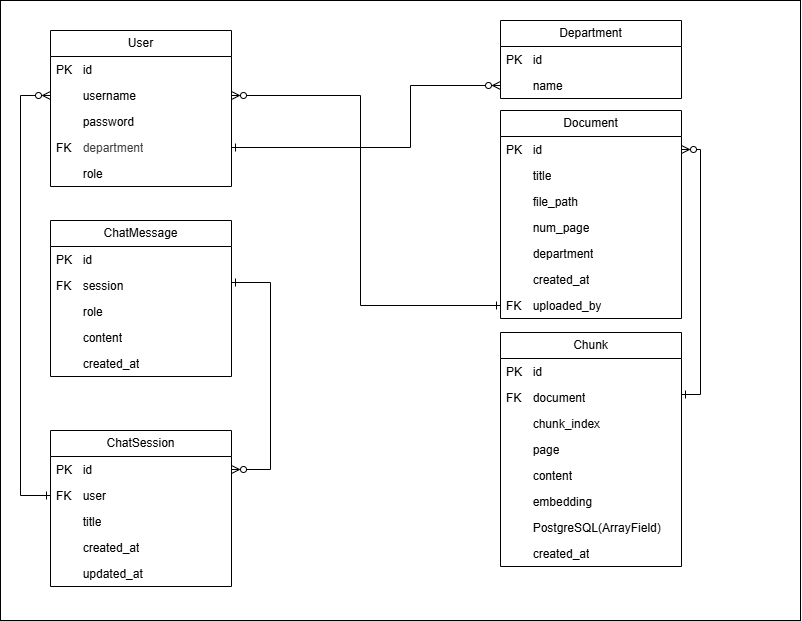
Earlier version of the draw.io export docs/img/DB概念モデル設計.png (kishika1sei/djangoapp-ragsample). Source tidied: cells renumbered, new cells last; positions are measured from the earlier drawing's top-left corner, leaving out a move shared by most shapes.
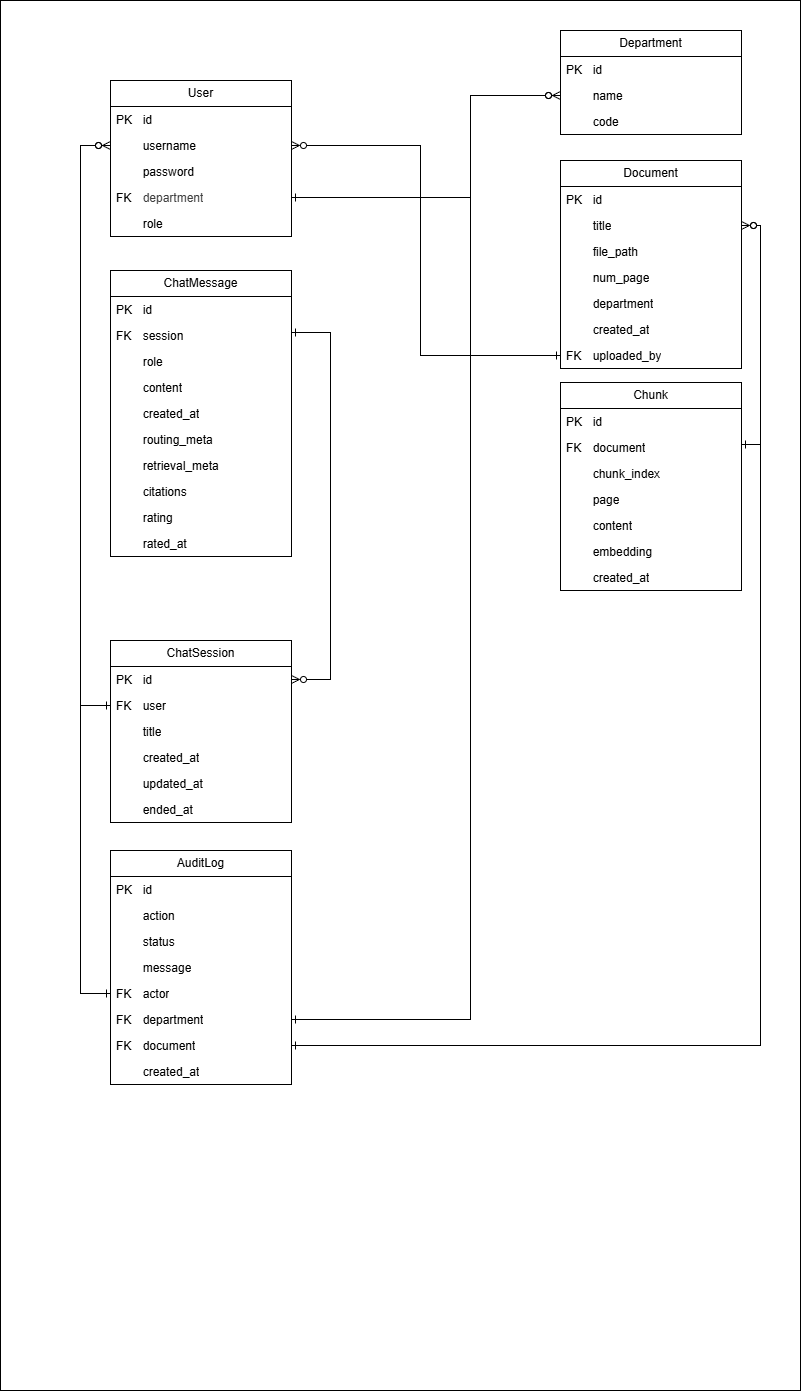
The same diagram one commit later.

What changed in the source:
```diff
@@ -3,7 +3,7 @@
     <mxCell id="0" />
     <mxCell id="1" parent="0" />
     <mxCell id="2" style="whiteSpace=wrap;html=1;" parent="1" vertex="1">
-      <mxGeometry width="800" height="620" as="geometry" />
+      <mxGeometry x="-60" y="-50" width="800" height="1390" as="geometry" />
     </mxCell>
     <mxCell id="3" value="User" style="swimlane;fontStyle=0;horizontal=1;startSize=26;fillColor=none;whiteSpace=wrap;html=1;" parent="1" vertex="1">
       <mxGeometry x="50" y="30" width="181" height="156" as="geometry" />
@@ -48,7 +48,7 @@
       <mxGeometry y="182" width="181" height="26" as="geometry" />
     </mxCell>
     <mxCell id="17" value="Chunk" style="swimlane;fontStyle=0;horizontal=1;startSize=26;fillColor=none;whiteSpace=wrap;html=1;" parent="1" vertex="1">
-      <mxGeometry x="500" y="332" width="181" height="234" as="geometry" />
+      <mxGeometry x="500" y="332" width="181" height="208" as="geometry" />
     </mxCell>
     <mxCell id="18" value="PK&lt;span style=&quot;white-space: pre;&quot;&gt;&#9;&lt;/span&gt;id" style="text;strokeColor=none;fillColor=none;align=left;verticalAlign=top;spacingLeft=4;spacingRight=4;overflow=hidden;whiteSpace=wrap;html=1;" parent="17" vertex="1">
       <mxGeometry y="26" width="181" height="26" as="geometry" />
@@ -68,14 +68,11 @@
     <mxCell id="23" value="&lt;span style=&quot;white-space: pre;&quot;&gt;&#9;&lt;/span&gt;embedding" style="text;strokeColor=none;fillColor=none;align=left;verticalAlign=top;spacingLeft=4;spacingRight=4;overflow=hidden;whiteSpace=wrap;html=1;" parent="17" vertex="1">
       <mxGeometry y="156" width="181" height="26" as="geometry" />
     </mxCell>
-    <mxCell id="24" value="&lt;span style=&quot;white-space: pre;&quot;&gt;&#9;&lt;/span&gt;PostgreSQL(ArrayField)" style="text;strokeColor=none;fillColor=none;align=left;verticalAlign=top;spacingLeft=4;spacingRight=4;overflow=hidden;whiteSpace=wrap;html=1;" parent="17" vertex="1">
-      <mxGeometry y="182" width="181" height="26" as="geometry" />
-    </mxCell>
     <mxCell id="25" value="&lt;span style=&quot;white-space: pre;&quot;&gt;&#9;&lt;/span&gt;created_at" style="text;strokeColor=none;fillColor=none;align=left;verticalAlign=top;spacingLeft=4;spacingRight=4;overflow=hidden;whiteSpace=wrap;html=1;" parent="17" vertex="1">
-      <mxGeometry y="208" width="181" height="26" as="geometry" />
+      <mxGeometry y="182" width="181" height="26" as="geometry" />
     </mxCell>
     <mxCell id="26" value="ChatSession" style="swimlane;fontStyle=0;horizontal=1;startSize=26;fillColor=none;whiteSpace=wrap;html=1;" parent="1" vertex="1">
-      <mxGeometry x="50" y="430" width="181" height="156" as="geometry" />
+      <mxGeometry x="50" y="590" width="181" height="182" as="geometry" />
     </mxCell>
     <mxCell id="27" value="PK&lt;span style=&quot;white-space: pre;&quot;&gt;&#9;&lt;/span&gt;id" style="text;strokeColor=none;fillColor=none;align=left;verticalAlign=top;spacingLeft=4;spacingRight=4;overflow=hidden;points=[[0,0.5],[1,0.5]];portConstraint=eastwest;whiteSpace=wrap;html=1;" parent="26" vertex="1">
       <mxGeometry y="26" width="181" height="26" as="geometry" />
@@ -92,8 +89,11 @@
     <mxCell id="31" value="&lt;span style=&quot;white-space: pre;&quot;&gt;&#9;&lt;/span&gt;updated_at" style="text;strokeColor=none;fillColor=none;align=left;verticalAlign=top;spacingLeft=4;spacingRight=4;overflow=hidden;whiteSpace=wrap;html=1;" parent="26" vertex="1">
       <mxGeometry y="130" width="181" height="26" as="geometry" />
     </mxCell>
+    <mxCell id="46" value="&lt;span style=&quot;white-space: pre;&quot;&gt;&#9;&lt;/span&gt;ended_at" style="text;strokeColor=none;fillColor=none;align=left;verticalAlign=top;spacingLeft=4;spacingRight=4;overflow=hidden;whiteSpace=wrap;html=1;" parent="26" vertex="1">
+      <mxGeometry y="156" width="181" height="26" as="geometry" />
+    </mxCell>
     <mxCell id="32" value="ChatMessage" style="swimlane;fontStyle=0;horizontal=1;startSize=26;fillColor=none;whiteSpace=wrap;html=1;" parent="1" vertex="1">
-      <mxGeometry x="50" y="220" width="181" height="156" as="geometry" />
+      <mxGeometry x="50" y="220" width="181" height="286" as="geometry" />
     </mxCell>
     <mxCell id="33" value="PK&lt;span style=&quot;white-space: pre;&quot;&gt;&#9;&lt;/span&gt;id" style="text;strokeColor=none;fillColor=none;align=left;verticalAlign=top;spacingLeft=4;spacingRight=4;overflow=hidden;whiteSpace=wrap;html=1;" parent="32" vertex="1">
       <mxGeometry y="26" width="181" height="26" as="geometry" />
@@ -110,8 +110,23 @@
     <mxCell id="37" value="&lt;span style=&quot;white-space: pre;&quot;&gt;&#9;&lt;/span&gt;created_at" style="text;strokeColor=none;fillColor=none;align=left;verticalAlign=top;spacingLeft=4;spacingRight=4;overflow=hidden;whiteSpace=wrap;html=1;" parent="32" vertex="1">
       <mxGeometry y="130" width="181" height="26" as="geometry" />
     </mxCell>
+    <mxCell id="47" value="&lt;span style=&quot;white-space: pre;&quot;&gt;&#9;&lt;/span&gt;routing_meta" style="text;strokeColor=none;fillColor=none;align=left;verticalAlign=top;spacingLeft=4;spacingRight=4;overflow=hidden;whiteSpace=wrap;html=1;" parent="32" vertex="1">
+      <mxGeometry y="156" width="181" height="26" as="geometry" />
+    </mxCell>
+    <mxCell id="48" value="&lt;span style=&quot;white-space: pre;&quot;&gt;&#9;&lt;/span&gt;retrieval_meta" style="text;strokeColor=none;fillColor=none;align=left;verticalAlign=top;spacingLeft=4;spacingRight=4;overflow=hidden;whiteSpace=wrap;html=1;" parent="32" vertex="1">
+      <mxGeometry y="182" width="181" height="26" as="geometry" />
+    </mxCell>
+    <mxCell id="49" value="&lt;span style=&quot;white-space: pre;&quot;&gt;&#9;&lt;/span&gt;citations&lt;div&gt;&lt;br&gt;&lt;/div&gt;" style="text;strokeColor=none;fillColor=none;align=left;verticalAlign=top;spacingLeft=4;spacingRight=4;overflow=hidden;whiteSpace=wrap;html=1;" parent="32" vertex="1">
+      <mxGeometry y="208" width="181" height="26" as="geometry" />
+    </mxCell>
+    <mxCell id="50" value="&lt;span style=&quot;white-space: pre;&quot;&gt;&#9;&lt;/span&gt;rating" style="text;strokeColor=none;fillColor=none;align=left;verticalAlign=top;spacingLeft=4;spacingRight=4;overflow=hidden;whiteSpace=wrap;html=1;" parent="32" vertex="1">
+      <mxGeometry y="234" width="181" height="26" as="geometry" />
+    </mxCell>
+    <mxCell id="51" value="&lt;span style=&quot;white-space: pre;&quot;&gt;&#9;&lt;/span&gt;rated_at" style="text;strokeColor=none;fillColor=none;align=left;verticalAlign=top;spacingLeft=4;spacingRight=4;overflow=hidden;whiteSpace=wrap;html=1;" parent="32" vertex="1">
+      <mxGeometry y="260" width="181" height="26" as="geometry" />
+    </mxCell>
     <mxCell id="38" value="Department" style="swimlane;fontStyle=0;horizontal=1;startSize=26;fillColor=none;whiteSpace=wrap;html=1;" parent="1" vertex="1">
-      <mxGeometry x="500" y="20" width="181" height="78" as="geometry" />
+      <mxGeometry x="500" y="-20" width="181" height="104" as="geometry" />
     </mxCell>
     <mxCell id="39" value="PK&lt;span style=&quot;white-space: pre;&quot;&gt;&#9;&lt;/span&gt;id" style="text;strokeColor=none;fillColor=none;align=left;verticalAlign=top;spacingLeft=4;spacingRight=4;overflow=hidden;whiteSpace=wrap;html=1;" parent="38" vertex="1">
       <mxGeometry y="26" width="181" height="26" as="geometry" />
@@ -119,6 +134,9 @@
     <mxCell id="40" value="&lt;span style=&quot;white-space: pre;&quot;&gt;&#9;&lt;/span&gt;name" style="text;strokeColor=none;fillColor=none;align=left;verticalAlign=top;spacingLeft=4;spacingRight=4;overflow=hidden;points=[[0,0.5],[1,0.5]];portConstraint=eastwest;whiteSpace=wrap;html=1;" parent="38" vertex="1">
       <mxGeometry y="52" width="181" height="26" as="geometry" />
     </mxCell>
+    <mxCell id="52" value="&lt;span style=&quot;white-space: pre;&quot;&gt;&#9;&lt;/span&gt;code&lt;div&gt;&lt;br&gt;&lt;/div&gt;" style="text;strokeColor=none;fillColor=none;align=left;verticalAlign=top;spacingLeft=4;spacingRight=4;overflow=hidden;whiteSpace=wrap;html=1;" parent="38" vertex="1">
+      <mxGeometry y="78" width="181" height="26" as="geometry" />
+    </mxCell>
     <mxCell id="41" style="edgeStyle=elbowEdgeStyle;html=1;entryX=0;entryY=0.5;entryDx=0;entryDy=0;flowAnimation=0;exitX=1;exitY=0.5;exitDx=0;exitDy=0;endArrow=ERzeroToMany;endFill=0;startArrow=ERone;startFill=0;rounded=0;curved=0;" parent="1" edge="1" source="7" target="40">
       <mxGeometry relative="1" as="geometry">
         <Array as="points">
@@ -140,7 +158,7 @@
         </Array>
       </mxGeometry>
     </mxCell>
-    <mxCell id="44" style="edgeStyle=elbowEdgeStyle;html=1;flowAnimation=0;exitX=1;exitY=0.5;exitDx=0;exitDy=0;endArrow=ERzeroToMany;endFill=0;startArrow=ERone;startFill=0;rounded=0;curved=0;entryX=1;entryY=0.5;entryDx=0;entryDy=0;" parent="1" edge="1" target="10">
+    <mxCell id="44" style="edgeStyle=elbowEdgeStyle;html=1;flowAnimation=0;exitX=1;exitY=0.5;exitDx=0;exitDy=0;endArrow=ERzeroToMany;endFill=0;startArrow=ERone;startFill=0;rounded=0;curved=0;entryX=1;entryY=0.5;entryDx=0;entryDy=0;" parent="1" edge="1" target="11">
       <mxGeometry relative="1" as="geometry">
         <mxPoint x="681" y="394" as="sourcePoint" />
         <Array as="points">
@@ -156,5 +174,53 @@
         </Array>
       </mxGeometry>
     </mxCell>
+    <mxCell id="53" value="AuditLog" style="swimlane;fontStyle=0;horizontal=1;startSize=26;fillColor=none;whiteSpace=wrap;html=1;" parent="1" vertex="1">
+      <mxGeometry x="50" y="800" width="181" height="234" as="geometry" />
+    </mxCell>
+    <mxCell id="54" value="PK&lt;span style=&quot;white-space: pre;&quot;&gt;&#9;&lt;/span&gt;id" style="text;strokeColor=none;fillColor=none;align=left;verticalAlign=top;spacingLeft=4;spacingRight=4;overflow=hidden;whiteSpace=wrap;html=1;" parent="53" vertex="1">
+      <mxGeometry y="26" width="181" height="26" as="geometry" />
+    </mxCell>
+    <mxCell id="55" value="&lt;span style=&quot;white-space: pre;&quot;&gt;&#9;&lt;/span&gt;action" style="text;strokeColor=none;fillColor=none;align=left;verticalAlign=top;spacingLeft=4;spacingRight=4;overflow=hidden;whiteSpace=wrap;html=1;" parent="53" vertex="1">
+      <mxGeometry y="52" width="181" height="26" as="geometry" />
+    </mxCell>
+    <mxCell id="56" value="&lt;span style=&quot;color: rgb(63, 63, 63); background-color: transparent; white-space: pre;&quot;&gt;&#9;&lt;/span&gt;status" style="text;strokeColor=none;fillColor=none;align=left;verticalAlign=top;spacingLeft=4;spacingRight=4;overflow=hidden;whiteSpace=wrap;html=1;" parent="53" vertex="1">
+      <mxGeometry y="78" width="181" height="26" as="geometry" />
+    </mxCell>
+    <mxCell id="57" value="&lt;span style=&quot;white-space: pre;&quot;&gt;&#9;&lt;/span&gt;message" style="text;strokeColor=none;fillColor=none;align=left;verticalAlign=top;spacingLeft=4;spacingRight=4;overflow=hidden;whiteSpace=wrap;html=1;" parent="53" vertex="1">
+      <mxGeometry y="104" width="181" height="26" as="geometry" />
+    </mxCell>
+    <mxCell id="58" value="FK&lt;span style=&quot;white-space: pre;&quot;&gt;&#9;&lt;/span&gt;actor" style="text;strokeColor=none;fillColor=none;align=left;verticalAlign=top;spacingLeft=4;spacingRight=4;overflow=hidden;points=[[0,0.5],[1,0.5]];portConstraint=eastwest;whiteSpace=wrap;html=1;" parent="53" vertex="1">
+      <mxGeometry y="130" width="181" height="26" as="geometry" />
+    </mxCell>
+    <mxCell id="59" value="FK&lt;span style=&quot;white-space: pre;&quot;&gt;&#9;&lt;/span&gt;department" style="text;strokeColor=none;fillColor=none;align=left;verticalAlign=top;spacingLeft=4;spacingRight=4;overflow=hidden;points=[[0,0.5],[1,0.5]];portConstraint=eastwest;whiteSpace=wrap;html=1;" parent="53" vertex="1">
+      <mxGeometry y="156" width="181" height="26" as="geometry" />
+    </mxCell>
+    <mxCell id="60" value="FK&lt;span style=&quot;white-space: pre;&quot;&gt;&#9;&lt;/span&gt;document" style="text;strokeColor=none;fillColor=none;align=left;verticalAlign=top;spacingLeft=4;spacingRight=4;overflow=hidden;points=[[0,0.5],[1,0.5]];portConstraint=eastwest;whiteSpace=wrap;html=1;" parent="53" vertex="1">
+      <mxGeometry y="182" width="181" height="26" as="geometry" />
+    </mxCell>
+    <mxCell id="61" value="&lt;span style=&quot;white-space: pre;&quot;&gt;&#9;&lt;/span&gt;created_at" style="text;strokeColor=none;fillColor=none;align=left;verticalAlign=top;spacingLeft=4;spacingRight=4;overflow=hidden;whiteSpace=wrap;html=1;" parent="53" vertex="1">
+      <mxGeometry y="208" width="181" height="26" as="geometry" />
+    </mxCell>
+    <mxCell id="62" style="edgeStyle=elbowEdgeStyle;html=1;flowAnimation=0;endArrow=ERzeroToMany;endFill=0;startArrow=ERone;startFill=0;rounded=0;curved=0;entryX=0;entryY=0.5;entryDx=0;entryDy=0;exitX=0;exitY=0.5;exitDx=0;exitDy=0;" parent="1" edge="1" source="58" target="5">
+      <mxGeometry relative="1" as="geometry">
+        <Array as="points">
+          <mxPoint x="20" y="385" />
+        </Array>
+      </mxGeometry>
+    </mxCell>
+    <mxCell id="63" style="edgeStyle=elbowEdgeStyle;html=1;flowAnimation=0;exitX=1;exitY=0.5;exitDx=0;exitDy=0;endArrow=ERzeroToMany;endFill=0;startArrow=ERone;startFill=0;rounded=0;curved=0;entryX=1;entryY=0.5;entryDx=0;entryDy=0;" parent="1" edge="1" source="60" target="11">
+      <mxGeometry relative="1" as="geometry">
+        <Array as="points">
+          <mxPoint x="700" y="520" />
+        </Array>
+      </mxGeometry>
+    </mxCell>
+    <mxCell id="64" style="edgeStyle=elbowEdgeStyle;html=1;flowAnimation=0;exitX=1;exitY=0.5;exitDx=0;exitDy=0;endArrow=ERzeroToMany;endFill=0;startArrow=ERone;startFill=0;rounded=0;curved=0;entryX=0;entryY=0.5;entryDx=0;entryDy=0;" parent="1" edge="1" source="59" target="40">
+      <mxGeometry relative="1" as="geometry">
+        <Array as="points">
+          <mxPoint x="410" y="450" />
+        </Array>
+      </mxGeometry>
+    </mxCell>
   </root>
 </mxGraphModel>
```
